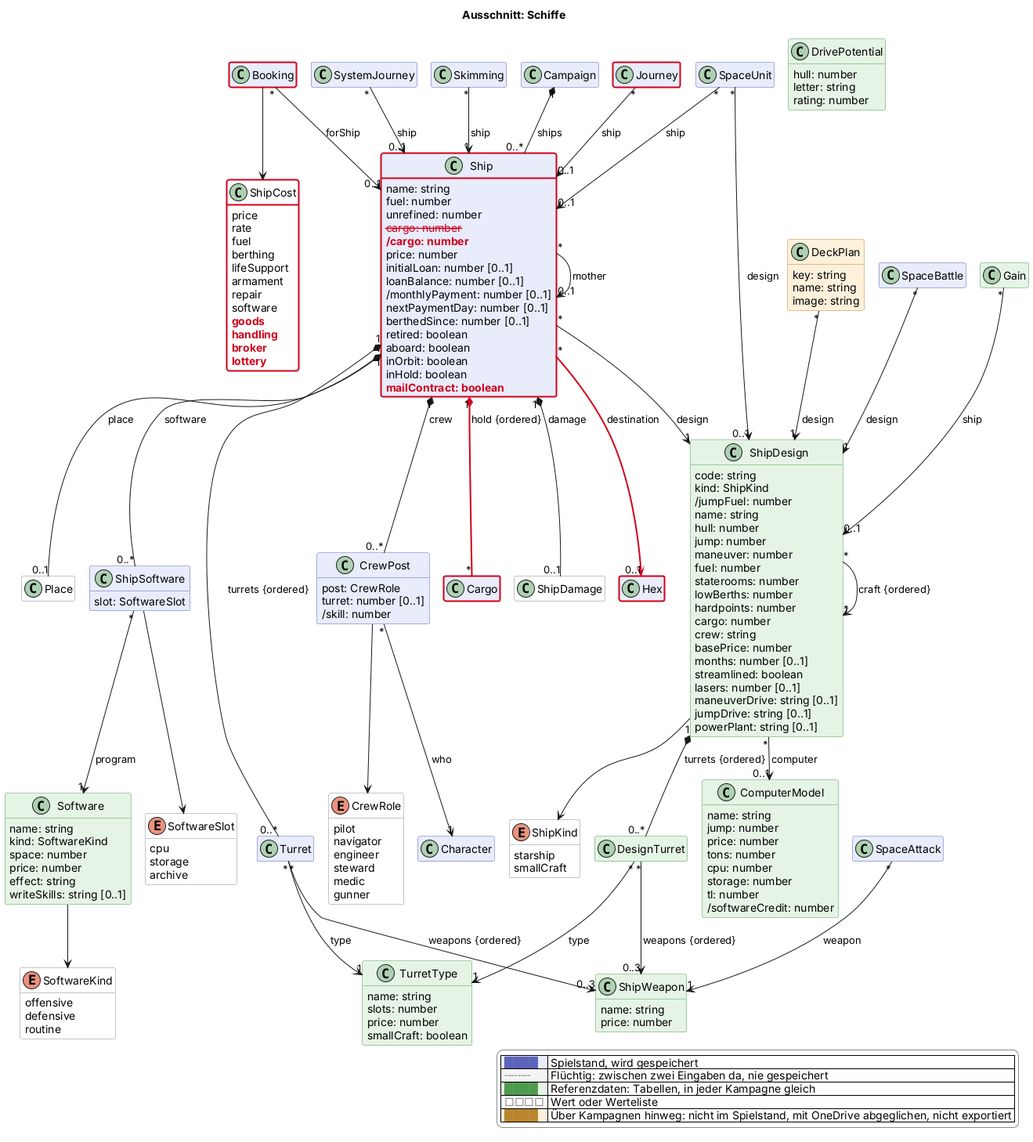
Above: docs/views/schiffe.png in scuzzar/SRE (PlantUML), before the change.
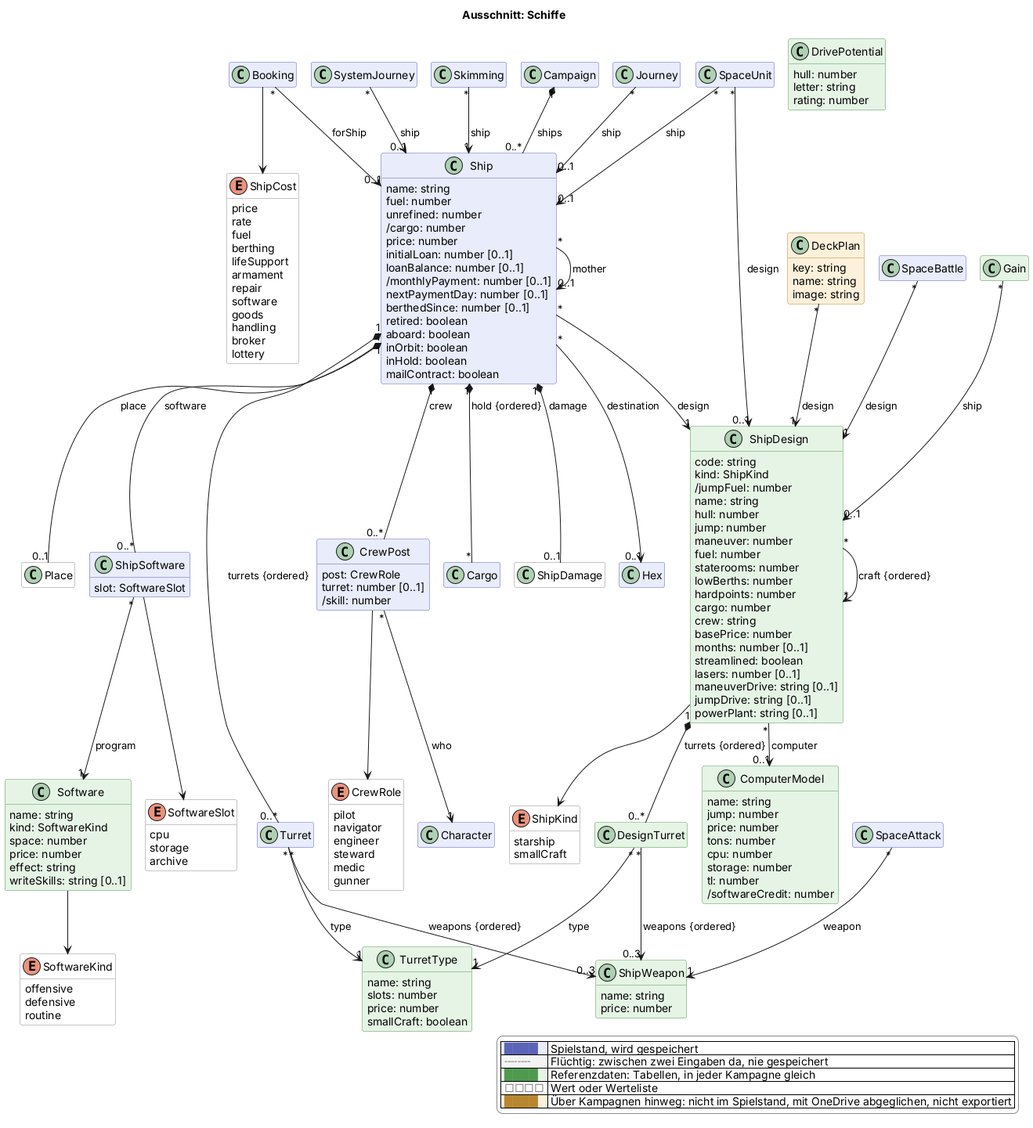
The same file after the commit.

Change to the diagram source:
```diff
@@ -77,8 +77,7 @@
     name: string
     fuel: number
     unrefined: number
-$gone("2026-11-27", "cargo: number")
-    $new("2026-11-27", "/cargo: number")
+    /cargo: number
     price: number
     initialLoan: number [0..1]
     loanBalance: number [0..1]
@@ -89,7 +88,7 @@
     aboard: boolean
     inOrbit: boolean
     inHold: boolean
-    $new("2026-11-27", "mailContract: boolean")
+    mailContract: boolean
   }
   enum ShipCost <<value>> $schiffe {
     price
@@ -100,10 +99,10 @@
     armament
     repair
     software
-    $new("2026-11-27", "goods")
-    $new("2026-11-27", "handling")
-    $new("2026-11-27", "broker")
-    $new("2026-11-27", "lottery")
+    goods
+    handling
+    broker
+    lottery
   }
   class ShipSoftware $schiffe {
     slot: SoftwareSlot
@@ -200,7 +199,7 @@
     image: string
   }
 
-  class Cargo $handel $newClass("2026-11-27")
+  class Cargo $handel
 
   class Skimming $raum
   class ShipDamage <<value>> $raum
@@ -243,8 +242,8 @@
 Ship "*" --> "0..1" Ship : mother
 Booking "*" --> "0..1" Ship : forShip
 
-Ship "1" *-$newArrow("2026-11-27")- "*" Cargo : hold {ordered}
-Ship "*" -$newArrow("2026-11-27")-> "0..1" Hex : destination
+Ship "1" *-- "*" Cargo : hold {ordered}
+Ship "*" --> "0..1" Hex : destination
 
 SpaceUnit "*" --> "0..1" Ship : ship
 SpaceUnit "*" --> "0..1" ShipDesign : design
@@ -277,9 +276,4 @@
   |<#ffffff> <color:#8a8a8a>□□□□</color> | Wert oder Werteliste |
   |<#fdf1dc> <color:#b8862e>████</color> | Über Kampagnen hinweg: nicht im Spielstand, mit OneDrive abgeglichen, nicht exportiert |
 endlegend
-class Booking #line:d0021b;line.bold
-class Ship #line:d0021b;line.bold
-class ShipCost #line:d0021b;line.bold
-class Hex #line:d0021b;line.bold
-class Journey #line:d0021b;line.bold
 @enduml
```
